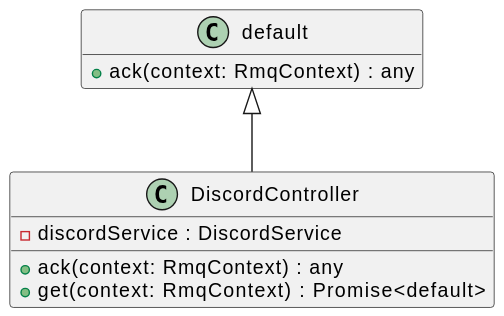
Nathandelenclos/Area keeps this PlantUML diagram as assets/DiscordController-umlClassDiagram-74.svg. Above is the earlier version.
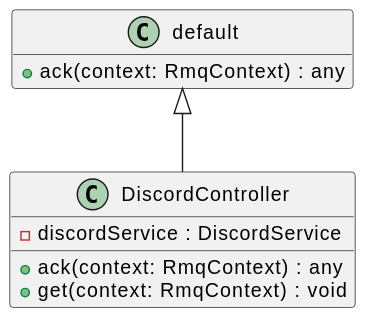
Above is the later version.

Diff of the diagram source:
```diff
@@ -5,7 +5,7 @@
 class "DiscordController" {
     -discordService : DiscordService
     +ack(context: RmqContext) : any
-    +get(context: RmqContext) : Promise<default>
+    +get(context: RmqContext) : void
 }
 class "default" {
     +ack(context: RmqContext) : any
```
